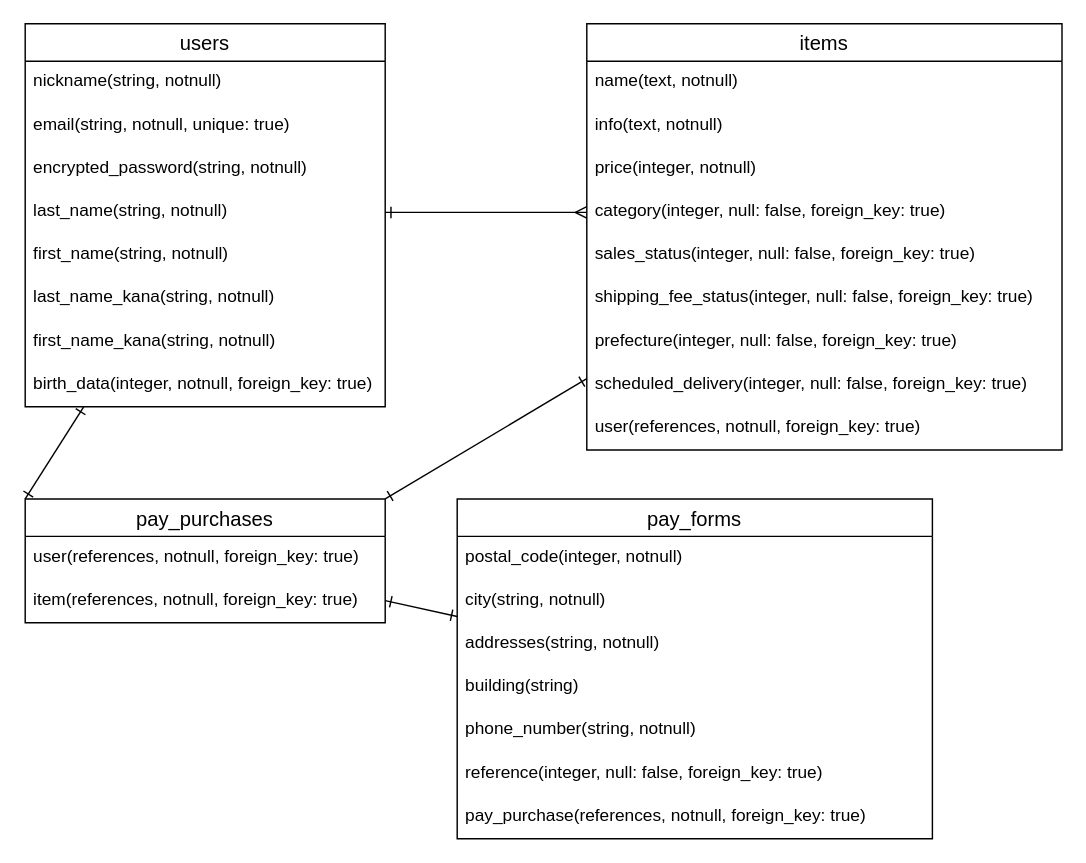
Before: .dio in nennekotaro/furima-39174, a draw.io diagram. Source tidied: cells renumbered, new cells numbered last; positions are measured from the earlier drawing's top-left corner, leaving out a move shared by most shapes. Both pictures are drawn from the tidied source at 144%, with x=0, y=0 at pixel (24, 23).
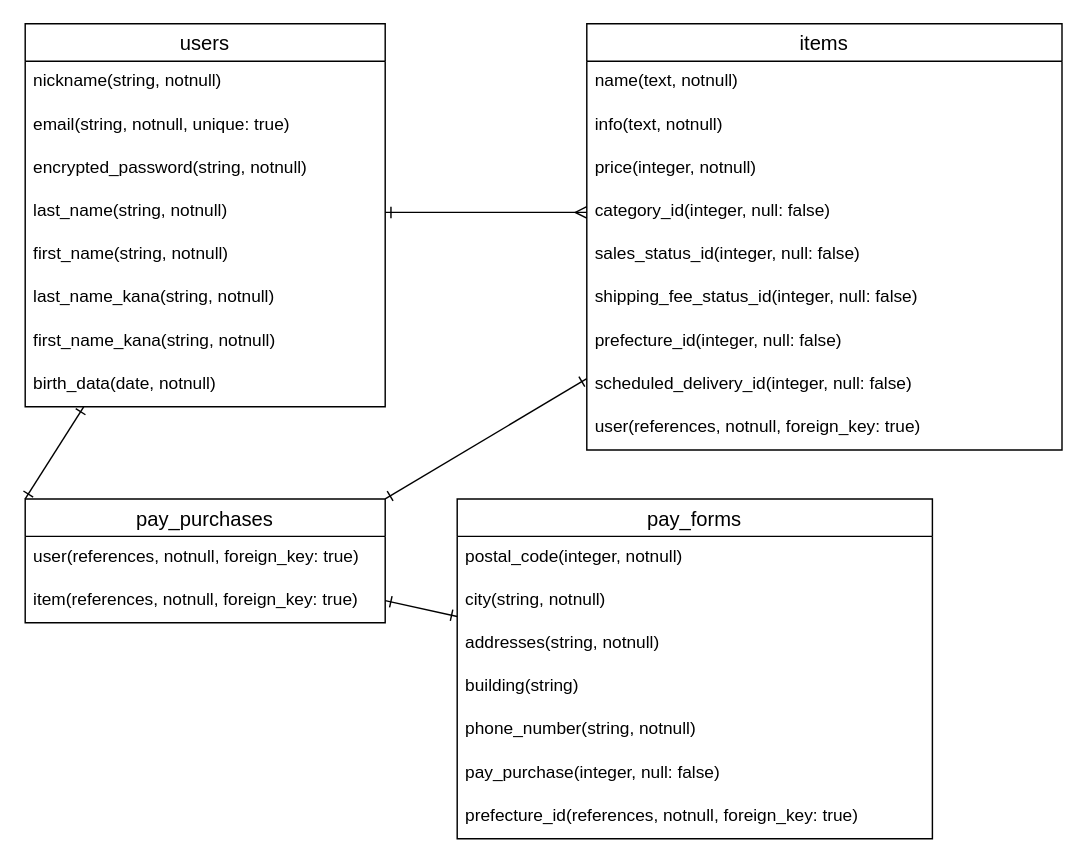
The same diagram, later.

Commit message (it also covers changes not shown here):
データベース設計やり直し②

Unchanged cells that the change refers to:
```xml
<mxCell id="3" value="users" style="swimlane;fontStyle=0;horizontal=1;startSize=26;align=center;fontSize=14;" parent="1" vertex="1">
  <mxGeometry width="250" height="266" as="geometry" />
</mxCell>
<mxCell id="13" value="items" style="swimlane;fontStyle=0;horizontal=1;startSize=26;align=center;fontSize=14;" parent="1" vertex="1">
  <mxGeometry x="390" width="330" height="296" as="geometry" />
</mxCell>
<mxCell id="23" value="pay_forms" style="swimlane;fontStyle=0;horizontal=1;startSize=26;align=center;fontSize=14;" parent="1" vertex="1">
  <mxGeometry x="300" y="330" width="330" height="236" as="geometry" />
</mxCell>
```

What changed in the source:
```diff
@@
-    <mxCell id="11" value="birth_data(integer, notnull, foreign_key: true)" style="text;strokeColor=none;fillColor=none;spacingLeft=4;spacingRight=4;overflow=hidden;fontSize=12;" parent="3" vertex="1">
+    <mxCell id="11" value="birth_data(date, notnull)" style="text;strokeColor=none;fillColor=none;spacingLeft=4;spacingRight=4;overflow=hidden;fontSize=12;" parent="3" vertex="1">
       <mxGeometry y="236" width="250" height="30" as="geometry" />
     </mxCell>
@@
-    <mxCell id="17" value="category(integer, null: false, foreign_key: true)" style="text;strokeColor=none;fillColor=none;spacingLeft=4;spacingRight=4;overflow=hidden;points=[[0,0.5],[1,0.5]];portConstraint=eastwest;fontSize=12;" parent="13" vertex="1">
+    <mxCell id="17" value="category_id(integer, null: false)" style="text;strokeColor=none;fillColor=none;spacingLeft=4;spacingRight=4;overflow=hidden;points=[[0,0.5],[1,0.5]];portConstraint=eastwest;fontSize=12;" parent="13" vertex="1">
       <mxGeometry y="116" width="330" height="30" as="geometry" />
     </mxCell>
-    <mxCell id="18" value="sales_status(integer, null: false, foreign_key: true)" style="text;strokeColor=none;fillColor=none;spacingLeft=4;spacingRight=4;overflow=hidden;fontSize=12;" parent="13" vertex="1">
+    <mxCell id="18" value="sales_status_id(integer, null: false)" style="text;strokeColor=none;fillColor=none;spacingLeft=4;spacingRight=4;overflow=hidden;fontSize=12;" parent="13" vertex="1">
       <mxGeometry y="146" width="330" height="30" as="geometry" />
     </mxCell>
-    <mxCell id="19" value="shipping_fee_status(integer, null: false, foreign_key: true)" style="text;strokeColor=none;fillColor=none;spacingLeft=4;spacingRight=4;overflow=hidden;fontSize=12;" parent="13" vertex="1">
+    <mxCell id="19" value="shipping_fee_status_id(integer, null: false)" style="text;strokeColor=none;fillColor=none;spacingLeft=4;spacingRight=4;overflow=hidden;fontSize=12;" parent="13" vertex="1">
       <mxGeometry y="176" width="330" height="30" as="geometry" />
     </mxCell>
-    <mxCell id="20" value="prefecture(integer, null: false, foreign_key: true)" style="text;strokeColor=none;fillColor=none;spacingLeft=4;spacingRight=4;overflow=hidden;fontSize=12;" parent="13" vertex="1">
+    <mxCell id="20" value="prefecture_id(integer, null: false)" style="text;strokeColor=none;fillColor=none;spacingLeft=4;spacingRight=4;overflow=hidden;fontSize=12;" parent="13" vertex="1">
       <mxGeometry y="206" width="330" height="30" as="geometry" />
     </mxCell>
-    <mxCell id="21" value="scheduled_delivery(integer, null: false, foreign_key: true)" style="text;strokeColor=none;fillColor=none;spacingLeft=4;spacingRight=4;overflow=hidden;fontSize=12;" parent="13" vertex="1">
+    <mxCell id="21" value="scheduled_delivery_id(integer, null: false)" style="text;strokeColor=none;fillColor=none;spacingLeft=4;spacingRight=4;overflow=hidden;fontSize=12;" parent="13" vertex="1">
       <mxGeometry y="236" width="330" height="30" as="geometry" />
     </mxCell>
@@
-    <mxCell id="29" value="reference(integer, null: false, foreign_key: true)&#10;" style="text;strokeColor=none;fillColor=none;spacingLeft=4;spacingRight=4;overflow=hidden;fontSize=12;" parent="23" vertex="1">
+    <mxCell id="29" value="pay_purchase(integer, null: false)&#10;" style="text;strokeColor=none;fillColor=none;spacingLeft=4;spacingRight=4;overflow=hidden;fontSize=12;" parent="23" vertex="1">
       <mxGeometry y="176" width="330" height="30" as="geometry" />
     </mxCell>
-    <mxCell id="30" value="pay_purchase(references, notnull, foreign_key: true)" style="text;strokeColor=none;fillColor=none;spacingLeft=4;spacingRight=4;overflow=hidden;fontSize=12;" parent="23" vertex="1">
+    <mxCell id="30" value="prefecture_id(references, notnull, foreign_key: true)" style="text;strokeColor=none;fillColor=none;spacingLeft=4;spacingRight=4;overflow=hidden;fontSize=12;" parent="23" vertex="1">
       <mxGeometry y="206" width="330" height="30" as="geometry" />
     </mxCell>
```
